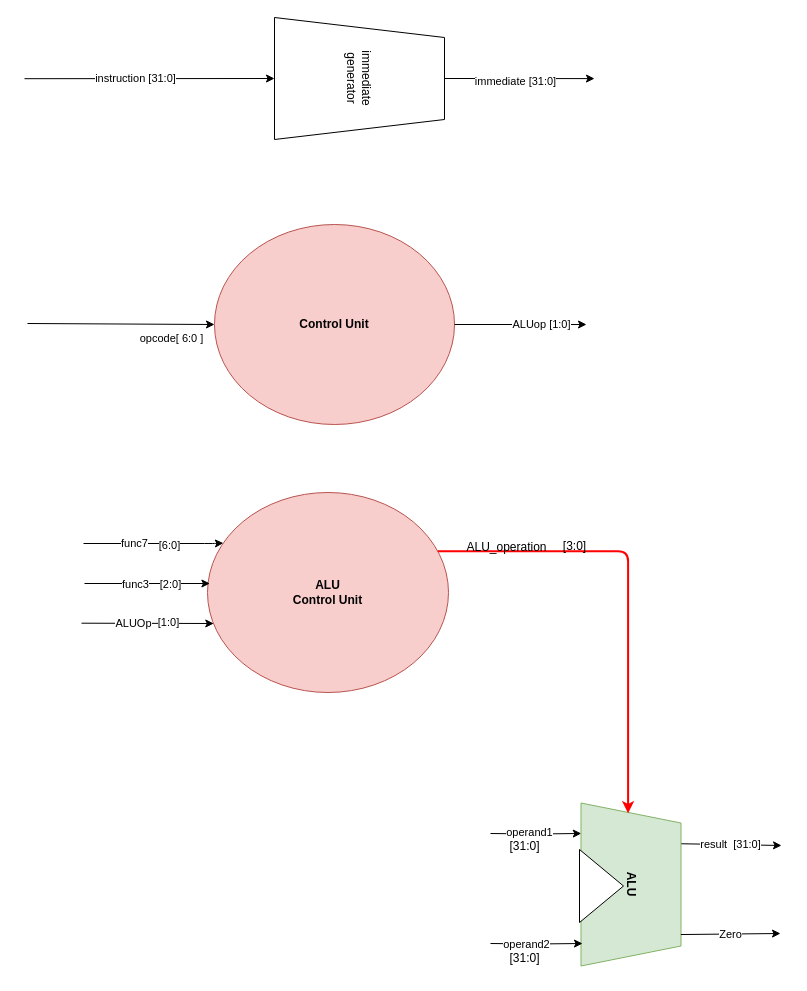
talhaticx/CA-LAB keeps this draw.io diagram as docs/architecture.drawio. Above is the earlier version. Source tidied: cells renumbered, new cells numbered last; positions are measured from the earlier drawing's top-left corner, leaving out a move shared by most shapes. Both pictures are drawn from the tidied source at 100%, with x=0, y=0 at pixel (24, -7).
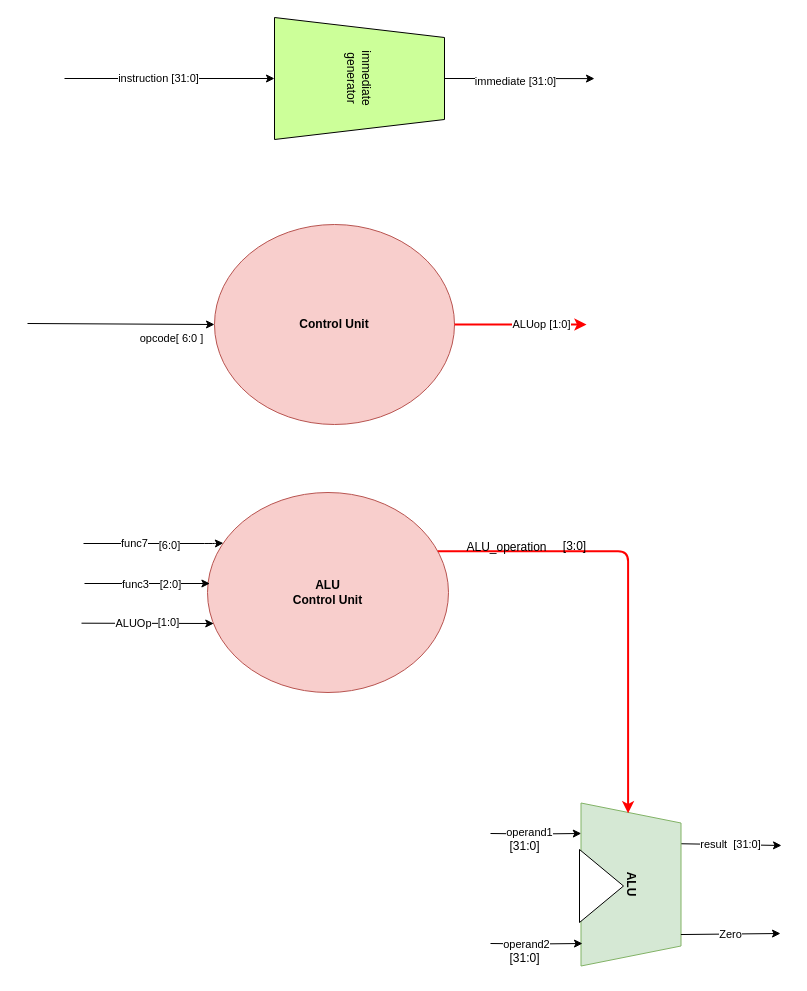
The same page after the edit.

Commit message (it also covers changes not shown here):
implemented the immedieate generator module

Unchanged cells that the change refers to:
```xml
<mxCell id="6" value="&lt;b&gt;Control Unit&lt;/b&gt;" style="ellipse;whiteSpace=wrap;html=1;fillColor=#f8cecc;strokeColor=#b85450;" parent="1" vertex="1">
  <mxGeometry x="190" y="231" width="240" height="200" as="geometry" />
</mxCell>
```

Change to the diagram source:
```diff
@@
-    <mxCell id="25" style="edgeStyle=none;html=1;exitX=1;exitY=0.5;exitDx=0;exitDy=0;entryX=0.026;entryY=0.655;entryDx=0;entryDy=0;entryPerimeter=0;" parent="1" edge="1" source="6">
+    <mxCell id="25" style="edgeStyle=none;html=1;exitX=1;exitY=0.5;exitDx=0;exitDy=0;entryX=0.026;entryY=0.655;entryDx=0;entryDy=0;entryPerimeter=0;strokeColor=#FF0000;strokeWidth=2;" parent="1" edge="1" source="6">
       <mxGeometry relative="1" as="geometry">
         <mxPoint x="562" y="331" as="targetPoint" />
       </mxGeometry>
     </mxCell>
@@
-    <mxCell id="30" style="edgeStyle=none;html=1;exitX=0.5;exitY=1;exitDx=0;exitDy=0;entryX=0.5;entryY=1;entryDx=0;entryDy=0;" parent="1" edge="1" target="34">
+    <mxCell id="30" style="edgeStyle=none;html=1;entryX=0.5;entryY=1;entryDx=0;entryDy=0;" parent="1" edge="1" target="34">
       <mxGeometry relative="1" as="geometry">
-        <mxPoint y="85.2" as="sourcePoint" />
+        <mxPoint x="40" y="85" as="sourcePoint" />
       </mxGeometry>
     </mxCell>
@@
-    <mxCell id="34" value="immediate&lt;div&gt;generator&lt;/div&gt;" style="shape=trapezoid;perimeter=trapezoidPerimeter;whiteSpace=wrap;html=1;fixedSize=1;rotation=90;" parent="1" vertex="1">
+    <mxCell id="34" value="immediate&lt;div&gt;generator&lt;/div&gt;" style="shape=trapezoid;perimeter=trapezoidPerimeter;whiteSpace=wrap;html=1;fixedSize=1;rotation=90;fillColor=#CCFF99;" parent="1" vertex="1">
       <mxGeometry x="274" width="122" height="170" as="geometry" />
     </mxCell>
```
